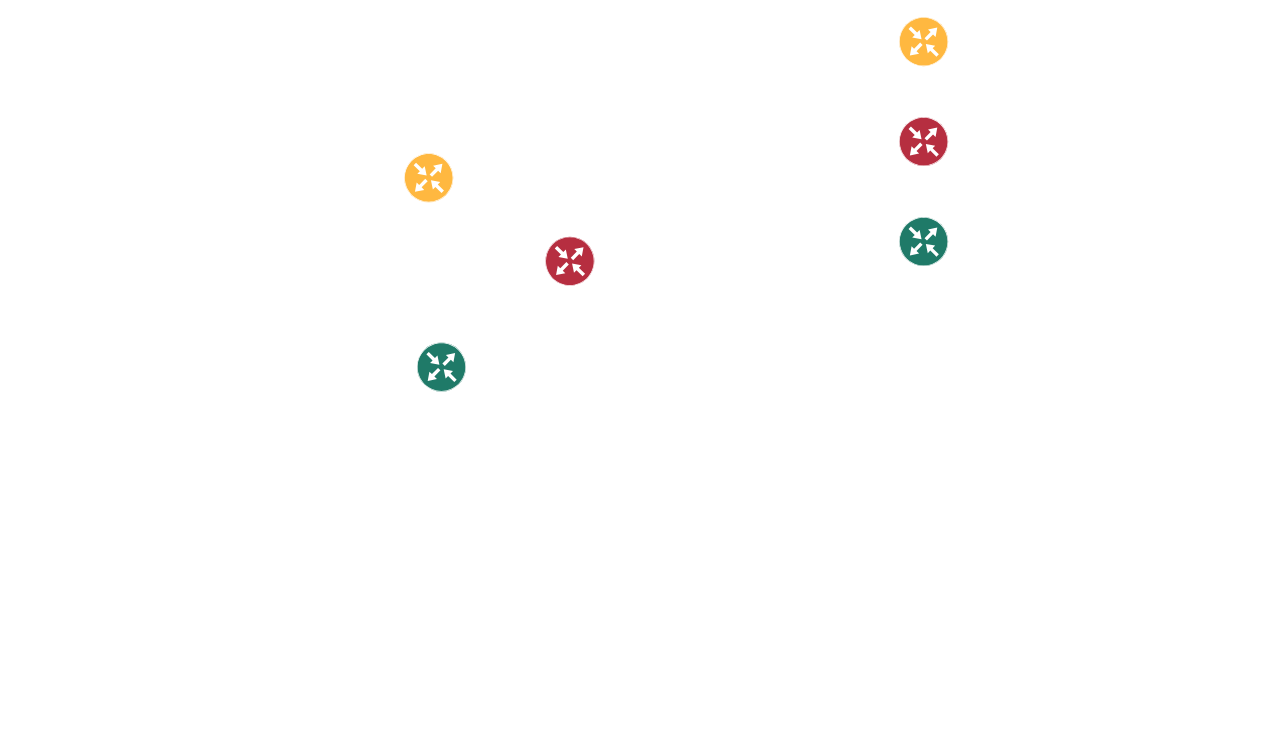
trevorHsu/draftChart keeps this draw.io diagram as cluster/Untitled Diagram.drawio. Above is the earlier version. Source tidied: cells renumbered, new cells numbered last; positions are measured from the earlier drawing's top-left corner, leaving out a move shared by most shapes. Both pictures are drawn from the tidied source at 98%, with x=0, y=0 at pixel (404, 17).
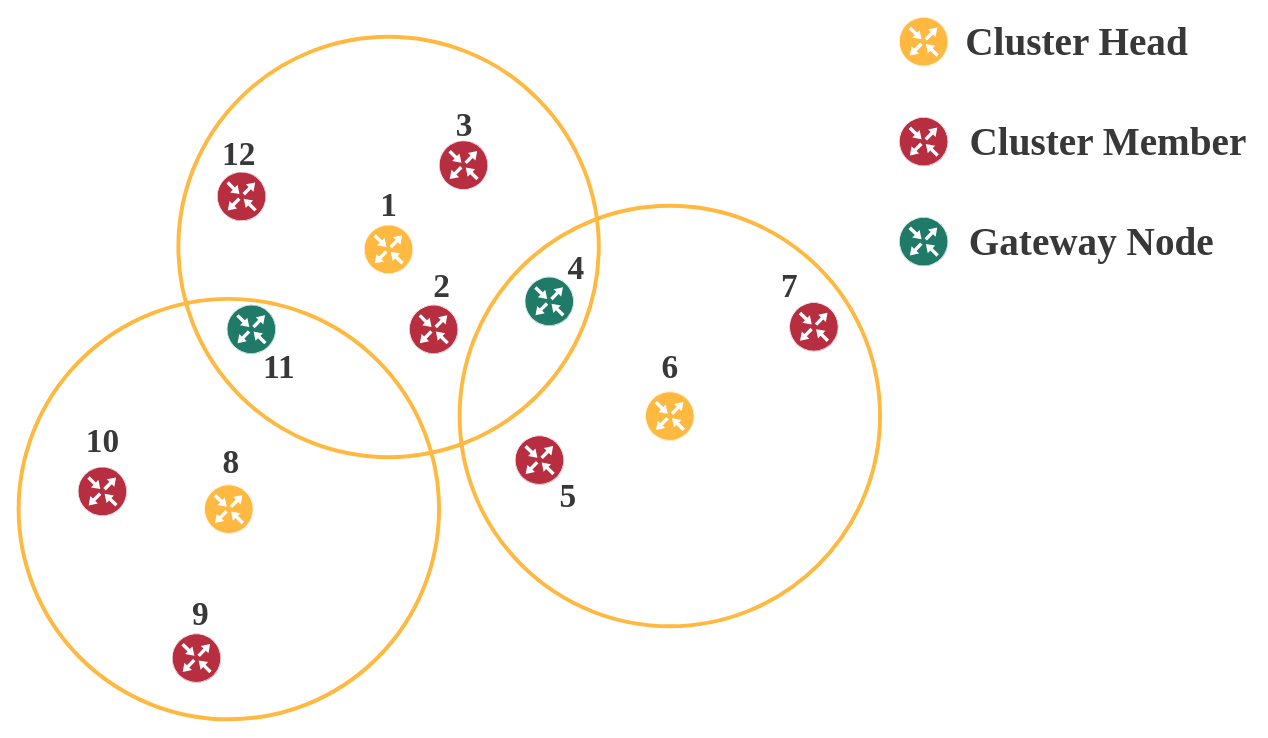
Above is the later version.

What changed in the source:
```diff
@@
     <mxCell id="2" style="sketch=0;verticalLabelPosition=bottom;html=1;verticalAlign=top;align=center;shape=mxgraph.cisco19.rect;prIcon=router;fillColor=#FFB840;strokeColor=#fff;shadow=0;" parent="1" vertex="1">
-      <mxGeometry y="139" width="50" height="50" as="geometry" />
+      <mxGeometry x="-41" y="212" width="50" height="50" as="geometry" />
     </mxCell>
-    <mxCell id="3" style="sketch=0;verticalLabelPosition=bottom;html=1;verticalAlign=top;align=center;shape=mxgraph.cisco19.rect;prIcon=router;fillColor=#1F7A68;strokeColor=#fff;shadow=0;" parent="1" vertex="1">
-      <mxGeometry x="13" y="332" width="50" height="50" as="geometry" />
-    </mxCell>
     <mxCell id="4" style="sketch=0;verticalLabelPosition=bottom;html=1;verticalAlign=top;align=center;shape=mxgraph.cisco19.rect;prIcon=router;fillColor=#B62E40;strokeColor=#fff;shadow=0;" parent="1" vertex="1">
-      <mxGeometry x="144" y="224" width="50" height="50" as="geometry" />
+      <mxGeometry x="-191" y="158" width="50" height="50" as="geometry" />
     </mxCell>
@@
+    <mxCell id="8" value="&lt;font style=&quot;font-size: 40px&quot; color=&quot;#383838&quot; face=&quot;Times New Roman&quot;&gt;&lt;b&gt;Cluster Head&lt;/b&gt;&lt;/font&gt;" style="text;html=1;align=center;verticalAlign=middle;fillColor=none;strokeColor=none;rounded=0;shadow=0;sketch=0;" parent="1" vertex="1">
+      <mxGeometry x="567" y="11.5" width="237" height="27" as="geometry" />
+    </mxCell>
+    <mxCell id="9" value="&lt;font style=&quot;font-size: 40px&quot; color=&quot;#383838&quot; face=&quot;Times New Roman&quot;&gt;&lt;b&gt;Cluster Member&lt;/b&gt;&lt;/font&gt;" style="text;html=1;align=center;verticalAlign=middle;fillColor=none;strokeColor=none;rounded=0;shadow=0;sketch=0;" parent="1" vertex="1">
+      <mxGeometry x="571" y="113.5" width="293" height="27" as="geometry" />
+    </mxCell>
+    <mxCell id="10" value="&lt;font style=&quot;font-size: 40px&quot; color=&quot;#383838&quot; face=&quot;Times New Roman&quot;&gt;&lt;b&gt;Gateway Node&lt;/b&gt;&lt;/font&gt;" style="text;html=1;align=center;verticalAlign=middle;fillColor=none;strokeColor=none;rounded=0;shadow=0;sketch=0;" parent="1" vertex="1">
+      <mxGeometry x="571" y="215.5" width="260" height="27" as="geometry" />
+    </mxCell>
+    <mxCell id="11" style="sketch=0;verticalLabelPosition=bottom;html=1;verticalAlign=top;align=center;shape=mxgraph.cisco19.rect;prIcon=router;fillColor=#B62E40;strokeColor=#fff;shadow=0;" parent="1" vertex="1">
+      <mxGeometry x="-333" y="459" width="50" height="50" as="geometry" />
+    </mxCell>
+    <mxCell id="12" style="sketch=0;verticalLabelPosition=bottom;html=1;verticalAlign=top;align=center;shape=mxgraph.cisco19.rect;prIcon=router;fillColor=#1F7A68;strokeColor=#fff;shadow=0;" parent="1" vertex="1">
+      <mxGeometry x="123" y="265" width="50" height="50" as="geometry" />
+    </mxCell>
+    <mxCell id="13" style="sketch=0;verticalLabelPosition=bottom;html=1;verticalAlign=top;align=center;shape=mxgraph.cisco19.rect;prIcon=router;fillColor=#1F7A68;strokeColor=#fff;shadow=0;" parent="1" vertex="1">
+      <mxGeometry x="-181" y="293.5" width="50" height="50" as="geometry" />
+    </mxCell>
+    <mxCell id="14" style="sketch=0;verticalLabelPosition=bottom;html=1;verticalAlign=top;align=center;shape=mxgraph.cisco19.rect;prIcon=router;fillColor=#FFB840;strokeColor=#fff;shadow=0;" parent="1" vertex="1">
+      <mxGeometry x="246" y="382" width="50" height="50" as="geometry" />
+    </mxCell>
+    <mxCell id="15" style="sketch=0;verticalLabelPosition=bottom;html=1;verticalAlign=top;align=center;shape=mxgraph.cisco19.rect;prIcon=router;fillColor=#B62E40;strokeColor=#fff;shadow=0;" parent="1" vertex="1">
+      <mxGeometry x="35.5" y="126" width="50" height="50" as="geometry" />
+    </mxCell>
+    <mxCell id="16" style="sketch=0;verticalLabelPosition=bottom;html=1;verticalAlign=top;align=center;shape=mxgraph.cisco19.rect;prIcon=router;fillColor=#B62E40;strokeColor=#fff;shadow=0;" parent="1" vertex="1">
+      <mxGeometry x="5" y="293.5" width="50" height="50" as="geometry" />
+    </mxCell>
+    <mxCell id="17" style="sketch=0;verticalLabelPosition=bottom;html=1;verticalAlign=top;align=center;shape=mxgraph.cisco19.rect;prIcon=router;fillColor=#FFB840;strokeColor=#fff;shadow=0;" parent="1" vertex="1">
+      <mxGeometry x="-204" y="477" width="50" height="50" as="geometry" />
+    </mxCell>
+    <mxCell id="18" style="sketch=0;verticalLabelPosition=bottom;html=1;verticalAlign=top;align=center;shape=mxgraph.cisco19.rect;prIcon=router;fillColor=#B62E40;strokeColor=#fff;shadow=0;" parent="1" vertex="1">
+      <mxGeometry x="113" y="427" width="50" height="50" as="geometry" />
+    </mxCell>
+    <mxCell id="19" style="sketch=0;verticalLabelPosition=bottom;html=1;verticalAlign=top;align=center;shape=mxgraph.cisco19.rect;prIcon=router;fillColor=#B62E40;strokeColor=#fff;shadow=0;" parent="1" vertex="1">
+      <mxGeometry x="393" y="291" width="50" height="50" as="geometry" />
+    </mxCell>
+    <mxCell id="20" style="ellipse;whiteSpace=wrap;html=1;shadow=0;sketch=0;fontFamily=Times New Roman;fontSize=40;fontColor=#383838;strokeColor=#FFB840;strokeWidth=4;fillColor=none;gradientColor=none;" parent="1" vertex="1">
+      <mxGeometry x="-230.5" y="20" width="429" height="429" as="geometry" />
+    </mxCell>
+    <mxCell id="21" style="ellipse;whiteSpace=wrap;html=1;shadow=0;sketch=0;fontFamily=Times New Roman;fontSize=40;fontColor=#383838;strokeColor=#FFB840;strokeWidth=4;fillColor=none;gradientColor=none;" parent="1" vertex="1">
+      <mxGeometry x="-393.5" y="287.5" width="429" height="429" as="geometry" />
+    </mxCell>
+    <mxCell id="22" style="ellipse;whiteSpace=wrap;html=1;shadow=0;sketch=0;fontFamily=Times New Roman;fontSize=40;fontColor=#383838;strokeColor=#FFB840;strokeWidth=4;fillColor=none;gradientColor=none;" parent="1" vertex="1">
+      <mxGeometry x="56.5" y="192.5" width="429" height="429" as="geometry" />
+    </mxCell>
+    <mxCell id="23" value="&lt;font style=&quot;font-size: 34px&quot;&gt;&lt;b&gt;1&lt;/b&gt;&lt;/font&gt;" style="text;html=1;align=center;verticalAlign=middle;fillColor=none;strokeColor=none;rounded=0;shadow=0;sketch=0;fontFamily=Times New Roman;fontSize=40;fontColor=#383838;" parent="1" vertex="1">
+      <mxGeometry x="-29.5" y="161.5" width="27" height="54" as="geometry" />
+    </mxCell>
+    <mxCell id="24" value="&lt;font style=&quot;font-size: 34px&quot;&gt;&lt;b&gt;12&lt;/b&gt;&lt;/font&gt;" style="text;html=1;align=center;verticalAlign=middle;fillColor=none;strokeColor=none;rounded=0;shadow=0;sketch=0;fontFamily=Times New Roman;fontSize=40;fontColor=#383838;" parent="1" vertex="1">
+      <mxGeometry x="-191" y="110" width="44" height="54" as="geometry" />
+    </mxCell>
+    <mxCell id="25" value="&lt;font style=&quot;font-size: 34px&quot;&gt;&lt;b&gt;2&lt;/b&gt;&lt;/font&gt;" style="text;html=1;align=center;verticalAlign=middle;fillColor=none;strokeColor=none;rounded=0;shadow=0;sketch=0;fontFamily=Times New Roman;fontSize=40;fontColor=#383838;" parent="1" vertex="1">
+      <mxGeometry x="24" y="245" width="27" height="54" as="geometry" />
+    </mxCell>
+    <mxCell id="26" value="&lt;font style=&quot;font-size: 34px&quot;&gt;&lt;b&gt;3&lt;/b&gt;&lt;/font&gt;" style="text;html=1;align=center;verticalAlign=middle;fillColor=none;strokeColor=none;rounded=0;shadow=0;sketch=0;fontFamily=Times New Roman;fontSize=40;fontColor=#383838;" parent="1" vertex="1">
+      <mxGeometry x="47" y="81" width="27" height="54" as="geometry" />
+    </mxCell>
+    <mxCell id="27" value="&lt;font style=&quot;font-size: 34px&quot;&gt;&lt;b&gt;4&lt;/b&gt;&lt;/font&gt;" style="text;html=1;align=center;verticalAlign=middle;fillColor=none;strokeColor=none;rounded=0;shadow=0;sketch=0;fontFamily=Times New Roman;fontSize=40;fontColor=#383838;" parent="1" vertex="1">
+      <mxGeometry x="161" y="227" width="27" height="54" as="geometry" />
+    </mxCell>
+    <mxCell id="28" value="&lt;font style=&quot;font-size: 34px&quot;&gt;&lt;b&gt;5&lt;/b&gt;&lt;/font&gt;" style="text;html=1;align=center;verticalAlign=middle;fillColor=none;strokeColor=none;rounded=0;shadow=0;sketch=0;fontFamily=Times New Roman;fontSize=40;fontColor=#383838;" parent="1" vertex="1">
+      <mxGeometry x="153" y="459" width="27" height="54" as="geometry" />
+    </mxCell>
+    <mxCell id="29" value="&lt;font style=&quot;font-size: 34px&quot;&gt;&lt;b&gt;6&lt;/b&gt;&lt;/font&gt;" style="text;html=1;align=center;verticalAlign=middle;fillColor=none;strokeColor=none;rounded=0;shadow=0;sketch=0;fontFamily=Times New Roman;fontSize=40;fontColor=#383838;" parent="1" vertex="1">
+      <mxGeometry x="257.5" y="328" width="27" height="54" as="geometry" />
+    </mxCell>
+    <mxCell id="30" value="&lt;font style=&quot;font-size: 34px&quot;&gt;&lt;b&gt;7&lt;/b&gt;&lt;/font&gt;" style="text;html=1;align=center;verticalAlign=middle;fillColor=none;strokeColor=none;rounded=0;shadow=0;sketch=0;fontFamily=Times New Roman;fontSize=40;fontColor=#383838;" parent="1" vertex="1">
+      <mxGeometry x="379" y="245" width="27" height="54" as="geometry" />
+    </mxCell>
+    <mxCell id="31" value="&lt;font style=&quot;font-size: 34px&quot;&gt;&lt;b&gt;8&lt;/b&gt;&lt;/font&gt;" style="text;html=1;align=center;verticalAlign=middle;fillColor=none;strokeColor=none;rounded=0;shadow=0;sketch=0;fontFamily=Times New Roman;fontSize=40;fontColor=#383838;" parent="1" vertex="1">
+      <mxGeometry x="-191" y="425" width="27" height="54" as="geometry" />
+    </mxCell>
+    <mxCell id="32" value="&lt;font style=&quot;font-size: 34px&quot;&gt;&lt;b&gt;9&lt;/b&gt;&lt;/font&gt;" style="text;html=1;align=center;verticalAlign=middle;fillColor=none;strokeColor=none;rounded=0;shadow=0;sketch=0;fontFamily=Times New Roman;fontSize=40;fontColor=#383838;" parent="1" vertex="1">
+      <mxGeometry x="-222" y="580" width="27" height="54" as="geometry" />
+    </mxCell>
+    <mxCell id="33" value="&lt;font style=&quot;font-size: 34px&quot;&gt;&lt;b&gt;10&lt;/b&gt;&lt;/font&gt;" style="text;html=1;align=center;verticalAlign=middle;fillColor=none;strokeColor=none;rounded=0;shadow=0;sketch=0;fontFamily=Times New Roman;fontSize=40;fontColor=#383838;" parent="1" vertex="1">
+      <mxGeometry x="-330" y="403" width="44" height="54" as="geometry" />
+    </mxCell>
+    <mxCell id="34" value="&lt;font style=&quot;font-size: 34px&quot;&gt;&lt;b&gt;11&lt;/b&gt;&lt;/font&gt;" style="text;html=1;align=center;verticalAlign=middle;fillColor=none;strokeColor=none;rounded=0;shadow=0;sketch=0;fontFamily=Times New Roman;fontSize=40;fontColor=#383838;" parent="1" vertex="1">
+      <mxGeometry x="-149" y="328" width="42" height="54" as="geometry" />
+    </mxCell>
+    <mxCell id="35" style="sketch=0;verticalLabelPosition=bottom;html=1;verticalAlign=top;align=center;shape=mxgraph.cisco19.rect;prIcon=router;fillColor=#B62E40;strokeColor=#fff;shadow=0;" parent="1" vertex="1">
+      <mxGeometry x="-237" y="629" width="50" height="50" as="geometry" />
+    </mxCell>
```
